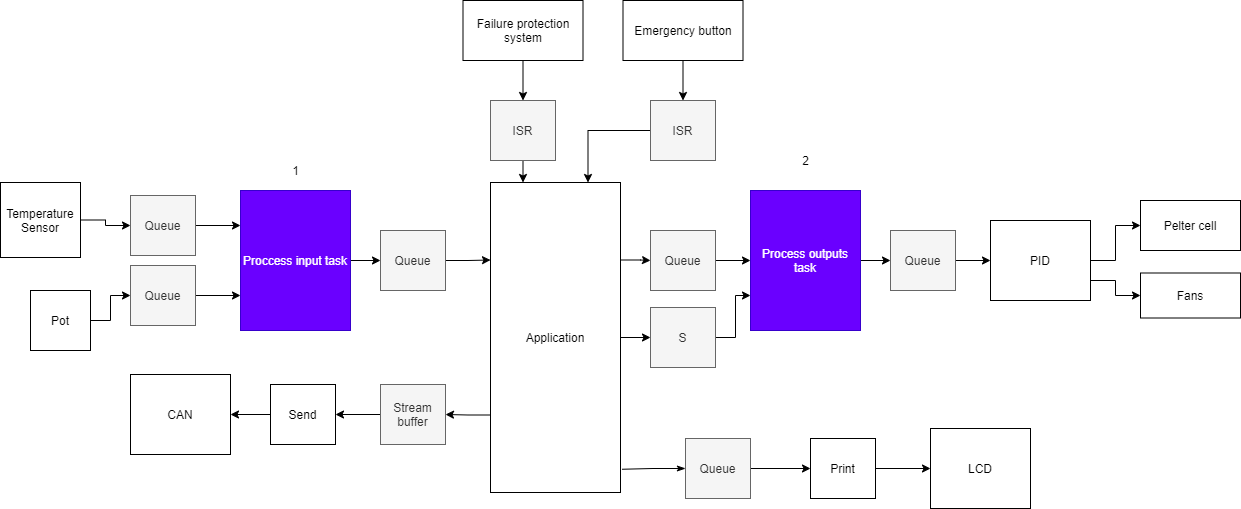
Earlier version of the draw.io export schematics/app_design.png (OSWA00/just-another-embedded-AC). Source tidied: cells renumbered, new cells last; positions are measured from the earlier drawing's top-left corner, leaving out a move shared by most shapes.
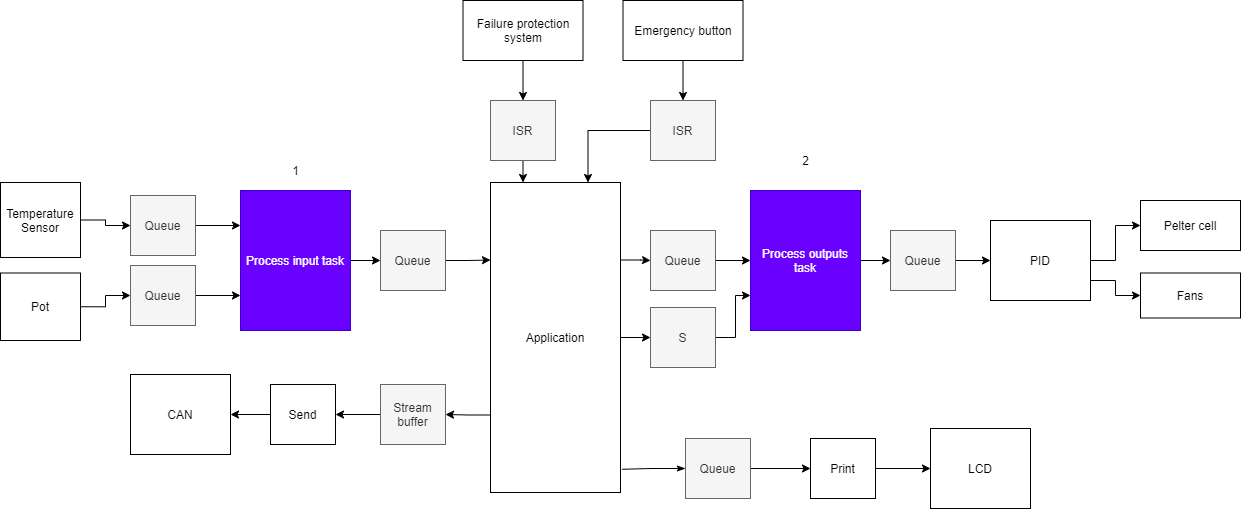
After the commit.

Commit message:
fix process typo

Change to the diagram source:
```diff
@@ -17,7 +17,7 @@
     <mxCell id="6" style="edgeStyle=orthogonalEdgeStyle;rounded=0;jettySize=auto;html=1;exitX=1;exitY=0.5;exitDx=0;exitDy=0;" parent="1" edge="1" source="7" target="11">
       <mxGeometry relative="1" as="geometry" />
     </mxCell>
-    <mxCell id="7" value="Proccess input task" style="rounded=0;whiteSpace=wrap;html=1;fillColor=#6a00ff;strokeColor=#3700CC;fontColor=#ffffff;" parent="1" vertex="1">
+    <mxCell id="7" value="Process input task" style="rounded=0;whiteSpace=wrap;html=1;fillColor=#6a00ff;strokeColor=#3700CC;fontColor=#ffffff;" parent="1" vertex="1">
       <mxGeometry x="240" y="190" width="110" height="140" as="geometry" />
     </mxCell>
     <mxCell id="8" style="edgeStyle=orthogonalEdgeStyle;rounded=0;jettySize=auto;html=1;exitX=1;exitY=0.5;exitDx=0;exitDy=0;" parent="1" edge="1" source="9" target="30">
@@ -54,7 +54,7 @@
       <mxGeometry x="130" y="265" width="65" height="60" as="geometry" />
     </mxCell>
     <mxCell id="19" value="Pot" style="rounded=0;whiteSpace=wrap;html=1;" parent="1" vertex="1">
-      <mxGeometry x="30" y="290" width="60" height="60" as="geometry" />
+      <mxGeometry y="272.5" width="80" height="67.5" as="geometry" />
     </mxCell>
     <mxCell id="20" value="CAN" style="rounded=0;whiteSpace=wrap;html=1;" parent="1" vertex="1">
       <mxGeometry x="130" y="374" width="100" height="80" as="geometry" />
```
